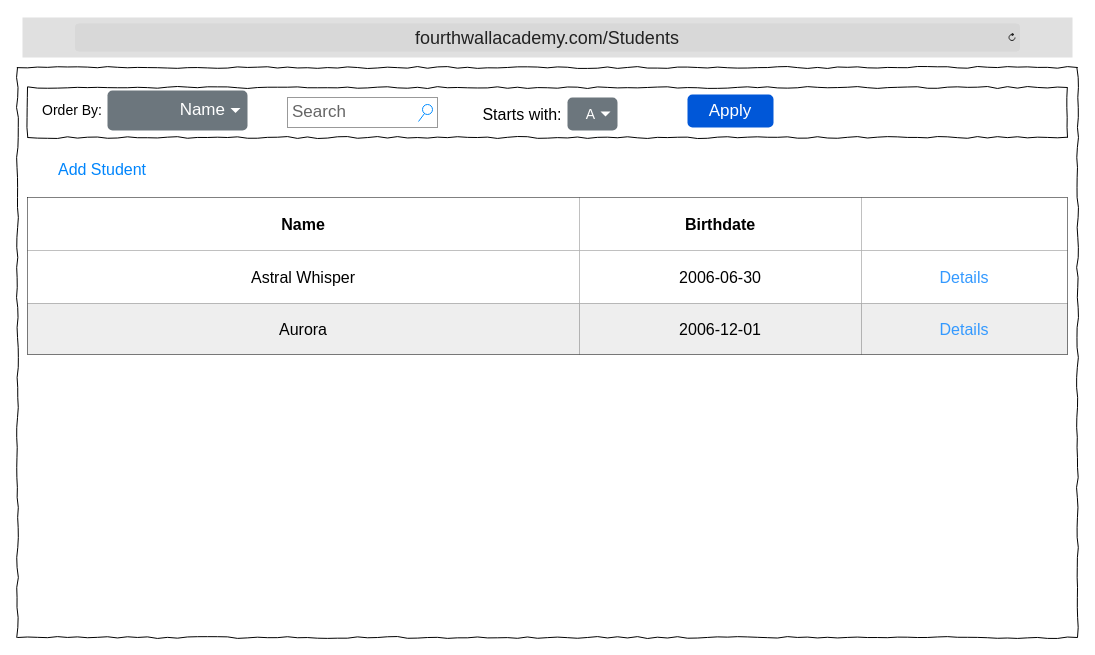
Above: DesignDocument/Wireframes/4thWallAcademy_Students.drawio in TRed91/4thWallAcademy (draw.io), before the change. Source tidied: cells renumbered, new cells numbered last; positions are measured from the earlier drawing's top-left corner, leaving out a move shared by most shapes. Both pictures are drawn from the tidied source at 100%, with x=0, y=0 at pixel (17, 17).
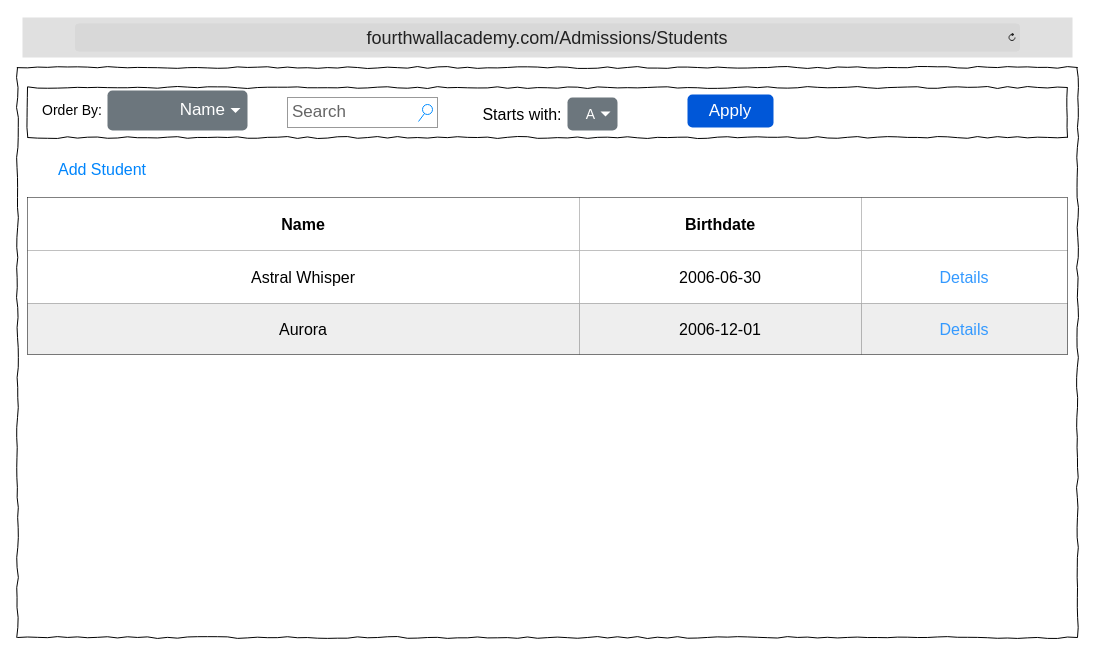
The same diagram, later.

The edit, as a diff of the source:
```diff
@@
-    <mxCell id="22" value="&lt;font style=&quot;font-size: 18px;&quot;&gt;fourthwallacademy.com/Students&lt;/font&gt;" style="html=1;strokeWidth=1;shadow=0;dashed=0;shape=mxgraph.ios7ui.url;fillColor=#e0e0e0;strokeColor=#c0c0c0;buttonText=;strokeColor2=#222222;fontColor=#222222;fontSize=8;spacingTop=2;align=center;whiteSpace=wrap;" parent="1" vertex="1">
+    <mxCell id="22" value="&lt;font style=&quot;font-size: 18px;&quot;&gt;fourthwallacademy.com/Admissions/Students&lt;/font&gt;" style="html=1;strokeWidth=1;shadow=0;dashed=0;shape=mxgraph.ios7ui.url;fillColor=#e0e0e0;strokeColor=#c0c0c0;buttonText=;strokeColor2=#222222;fontColor=#222222;fontSize=8;spacingTop=2;align=center;whiteSpace=wrap;" parent="1" vertex="1">
       <mxGeometry x="5" width="1050" height="40" as="geometry" />
     </mxCell>
```
